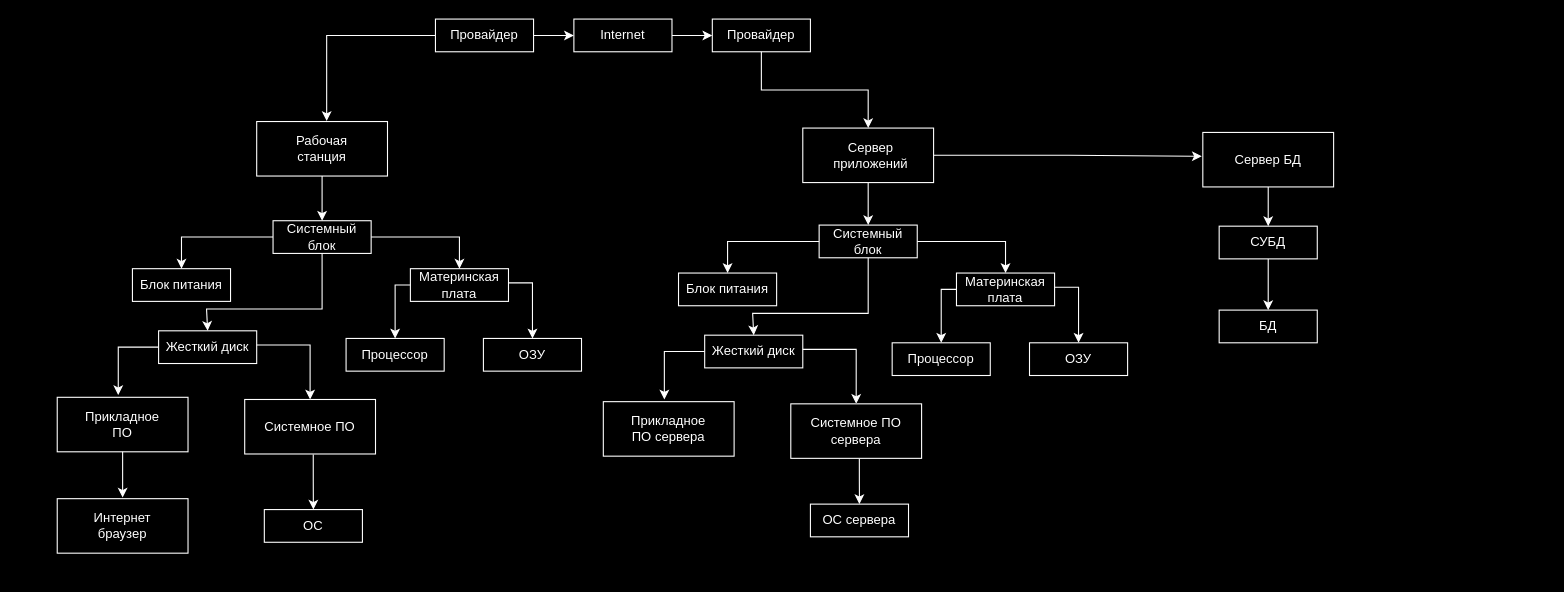
Earlier version of the draw.io diagram Проектная модель СЭ ПС.drawio (hiff0/db-city-council). Source tidied: cells renumbered, new cells numbered last; positions are measured from the earlier drawing's top-left corner, leaving out a move shared by most shapes. Both pictures are drawn from the tidied source at 109%, with x=0, y=0 at pixel (57, 19).
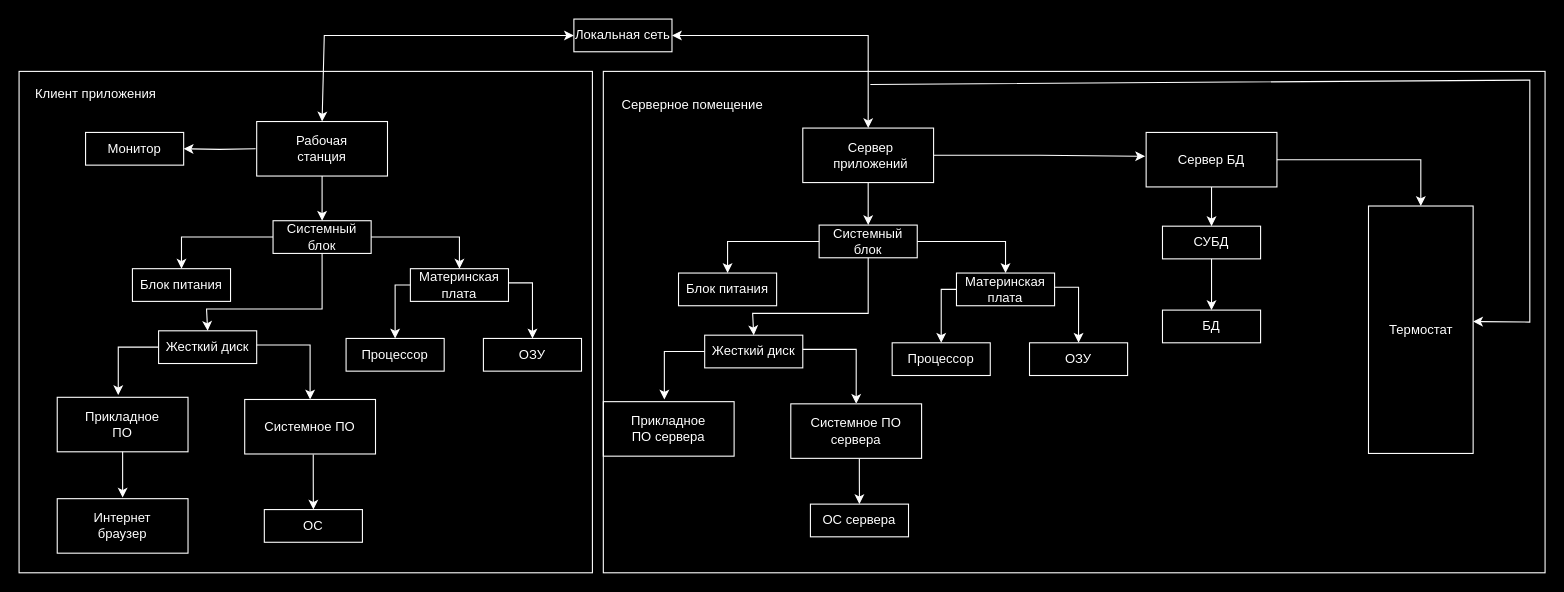
The same diagram, later.

Unchanged cells that the change refers to:
```xml
<mxCell id="8" style="rounded=0;whiteSpace=wrap;html=1;strokeColor=#FFFFFF;fillColor=none;" parent="1" vertex="1">
  <mxGeometry x="183" y="94" width="120" height="50" as="geometry" />
</mxCell>
<mxCell id="23" style="rounded=0;whiteSpace=wrap;html=1;strokeColor=#FFFFFF;fillColor=none;" parent="1" vertex="1">
  <mxGeometry x="684" y="100" width="120" height="50" as="geometry" />
</mxCell>
```

Diff of the diagram source:
```diff
@@
+    <mxCell id="70" style="edgeStyle=orthogonalEdgeStyle;rounded=0;jettySize=auto;html=1;strokeColor=#FFFFFF;" parent="1" edge="1" target="79">
+      <mxGeometry relative="1" as="geometry">
+        <mxPoint x="182" y="119" as="sourcePoint" />
+      </mxGeometry>
+    </mxCell>
@@
-    <mxCell id="14" style="edgeStyle=orthogonalEdgeStyle;rounded=0;jettySize=auto;html=1;entryX=0.535;entryY=-0.01;entryDx=0;entryDy=0;entryPerimeter=0;strokeColor=#FFFFFF;" parent="1" edge="1" source="16" target="8">
-      <mxGeometry relative="1" as="geometry" />
-    </mxCell>
-    <mxCell id="15" style="edgeStyle=orthogonalEdgeStyle;rounded=0;jettySize=auto;html=1;strokeColor=#FFFFFF;" parent="1" edge="1" source="16" target="20">
-      <mxGeometry relative="1" as="geometry" />
-    </mxCell>
-    <mxCell id="16" value="&lt;font color=&quot;#ffffff&quot;&gt;Провайдер&lt;/font&gt;" style="text;html=1;align=center;verticalAlign=middle;whiteSpace=wrap;rounded=0;strokeColor=#FFFFFF;" parent="1" vertex="1">
-      <mxGeometry x="347" width="90" height="30" as="geometry" />
-    </mxCell>
-    <mxCell id="17" style="edgeStyle=orthogonalEdgeStyle;rounded=0;jettySize=auto;html=1;strokeColor=#FFFFFF;" parent="1" edge="1" source="18" target="23">
+    <mxCell id="17" style="edgeStyle=orthogonalEdgeStyle;rounded=0;jettySize=auto;html=1;strokeColor=#FFFFFF;exitX=1;exitY=0.5;exitDx=0;exitDy=0;startArrow=classic;startFill=1;" parent="1" edge="1" source="20" target="23">
       <mxGeometry relative="1" as="geometry" />
     </mxCell>
-    <mxCell id="18" value="&lt;font color=&quot;#ffffff&quot;&gt;Провайдер&lt;/font&gt;" style="text;html=1;align=center;verticalAlign=middle;whiteSpace=wrap;rounded=0;strokeColor=#FFFFFF;" parent="1" vertex="1">
-      <mxGeometry x="601" width="90" height="30" as="geometry" />
-    </mxCell>
-    <mxCell id="19" style="edgeStyle=orthogonalEdgeStyle;rounded=0;jettySize=auto;html=1;strokeColor=#FFFFFF;" parent="1" edge="1" source="20" target="18">
-      <mxGeometry relative="1" as="geometry" />
-    </mxCell>
-    <mxCell id="20" value="&lt;font color=&quot;#ffffff&quot;&gt;Internet&lt;/font&gt;" style="text;html=1;align=center;verticalAlign=middle;whiteSpace=wrap;rounded=0;strokeColor=#FFFFFF;" parent="1" vertex="1">
+    <mxCell id="20" value="&lt;font color=&quot;#ffffff&quot;&gt;Локальная сеть&lt;/font&gt;" style="text;html=1;align=center;verticalAlign=middle;whiteSpace=wrap;rounded=0;strokeColor=#FFFFFF;" parent="1" vertex="1">
       <mxGeometry x="474" width="90" height="30" as="geometry" />
     </mxCell>
@@
     <mxCell id="26" style="rounded=0;whiteSpace=wrap;html=1;strokeColor=#FFFFFF;fillColor=none;" parent="1" vertex="1">
-      <mxGeometry x="1051" y="104" width="120" height="50" as="geometry" />
+      <mxGeometry x="999" y="104" width="120" height="50" as="geometry" />
     </mxCell>
     <mxCell id="27" value="&lt;font color=&quot;#ffffff&quot;&gt;Сервер БД&lt;/font&gt;" style="text;html=1;align=center;verticalAlign=middle;whiteSpace=wrap;rounded=0;" parent="1" vertex="1">
-      <mxGeometry x="1066" y="114" width="90" height="30" as="geometry" />
+      <mxGeometry x="1014" y="114" width="90" height="30" as="geometry" />
     </mxCell>
     <mxCell id="28" value="&lt;font color=&quot;#ffffff&quot;&gt;БД&lt;/font&gt;" style="text;html=1;align=center;verticalAlign=middle;whiteSpace=wrap;rounded=0;strokeColor=#FFFFFF;" parent="1" vertex="1">
-      <mxGeometry x="1066" y="267" width="90" height="30" as="geometry" />
+      <mxGeometry x="1014" y="267" width="90" height="30" as="geometry" />
     </mxCell>
@@
     <mxCell id="30" value="&lt;font color=&quot;#ffffff&quot;&gt;СУБД&lt;/font&gt;" style="text;html=1;align=center;verticalAlign=middle;whiteSpace=wrap;rounded=0;strokeColor=#FFFFFF;" parent="1" vertex="1">
-      <mxGeometry x="1066" y="190" width="90" height="30" as="geometry" />
+      <mxGeometry x="1014" y="190" width="90" height="30" as="geometry" />
     </mxCell>
@@
+    <mxCell id="71" style="rounded=0;whiteSpace=wrap;html=1;strokeColor=#FFFFFF;fillColor=none;" parent="1" vertex="1">
+      <mxGeometry x="-35" y="48" width="526" height="460" as="geometry" />
+    </mxCell>
+    <mxCell id="72" style="rounded=0;whiteSpace=wrap;html=1;strokeColor=#FFFFFF;fillColor=none;" parent="1" vertex="1">
+      <mxGeometry x="501" y="48" width="864" height="460" as="geometry" />
+    </mxCell>
+    <mxCell id="73" value="Text" style="text;html=1;align=center;verticalAlign=middle;whiteSpace=wrap;rounded=0;" parent="1" vertex="1">
+      <mxGeometry x="588" y="270" width="60" height="30" as="geometry" />
+    </mxCell>
+    <mxCell id="74" value="&lt;font color=&quot;#ffffff&quot;&gt;Клиент приложения&lt;/font&gt;" style="text;html=1;align=center;verticalAlign=middle;whiteSpace=wrap;rounded=0;" parent="1" vertex="1">
+      <mxGeometry x="-27" y="54" width="125" height="30" as="geometry" />
+    </mxCell>
+    <mxCell id="75" value="&lt;font color=&quot;#ffffff&quot;&gt;Серверное помещение&lt;/font&gt;" style="text;html=1;align=center;verticalAlign=middle;whiteSpace=wrap;rounded=0;" parent="1" vertex="1">
+      <mxGeometry x="506" y="64" width="154" height="30" as="geometry" />
+    </mxCell>
+    <mxCell id="76" style="rounded=0;whiteSpace=wrap;html=1;strokeColor=#FFFFFF;fillColor=none;" parent="1" vertex="1">
+      <mxGeometry x="1203" y="171.5" width="96" height="227" as="geometry" />
+    </mxCell>
+    <mxCell id="77" value="&lt;font color=&quot;#ffffff&quot;&gt;Термостат&lt;/font&gt;" style="text;html=1;align=center;verticalAlign=middle;whiteSpace=wrap;rounded=0;" parent="1" vertex="1">
+      <mxGeometry x="1204" y="270" width="95" height="30" as="geometry" />
+    </mxCell>
+    <mxCell id="78" style="endArrow=classic;startArrow=classic;html=1;rounded=0;strokeColor=#FFFFFF;entryX=0;entryY=0.5;entryDx=0;entryDy=0;exitX=0.5;exitY=0;exitDx=0;exitDy=0;" parent="1" edge="1" source="8" target="20">
+      <mxGeometry relative="1" as="geometry">
+        <Array as="points">
+          <mxPoint x="245" y="15" />
+        </Array>
+      </mxGeometry>
+    </mxCell>
+    <mxCell id="79" value="&lt;font color=&quot;#ffffff&quot;&gt;Монитор&lt;/font&gt;" style="text;html=1;align=center;verticalAlign=middle;whiteSpace=wrap;rounded=0;strokeColor=#FFFFFF;" parent="1" vertex="1">
+      <mxGeometry x="26" y="104" width="90" height="30" as="geometry" />
+    </mxCell>
+    <mxCell id="80" style="endArrow=classic;html=1;rounded=0;strokeColor=#FFFFFF;exitX=1;exitY=0.5;exitDx=0;exitDy=0;entryX=0.5;entryY=0;entryDx=0;entryDy=0;" parent="1" edge="1" source="26" target="76">
+      <mxGeometry relative="1" as="geometry">
+        <Array as="points">
+          <mxPoint x="1251" y="129" />
+        </Array>
+      </mxGeometry>
+    </mxCell>
+    <mxCell id="81" style="endArrow=classic;html=1;rounded=0;strokeColor=#FFFFFF;entryX=1;entryY=0.25;entryDx=0;entryDy=0;" parent="1" edge="1" target="77">
+      <mxGeometry relative="1" as="geometry">
+        <mxPoint x="746" y="60" as="sourcePoint" />
+        <Array as="points">
+          <mxPoint x="1351" y="56" />
+          <mxPoint x="1351" y="278" />
+        </Array>
+      </mxGeometry>
+    </mxCell>
```
